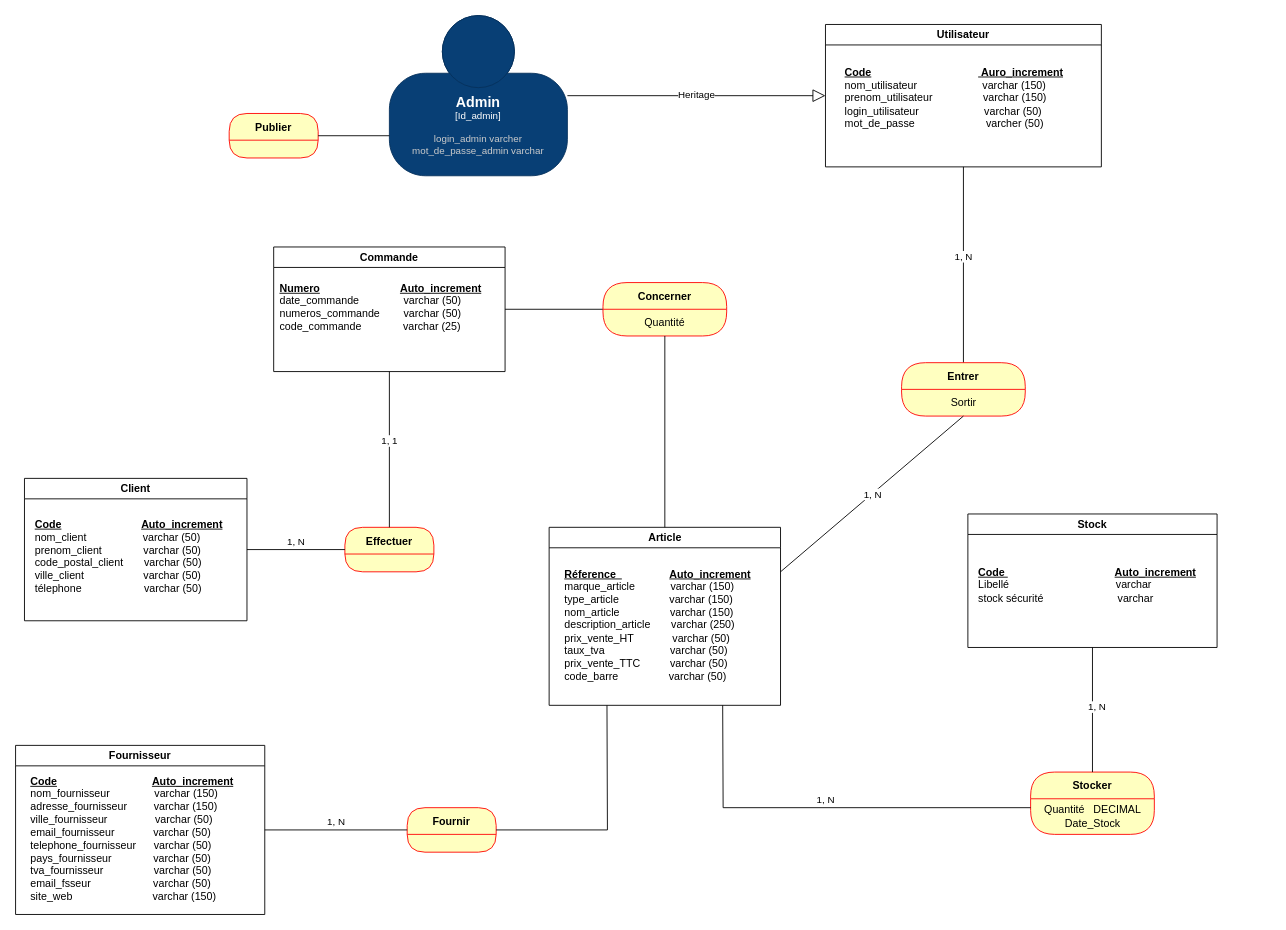
Above: page "MPD" (3 of 3) of G.Stock.drawio in rachellusamba/CO-G.Stock (draw.io), before the change. Source tidied: cells renumbered, new cells numbered last; positions are measured from the earlier drawing's top-left corner, leaving out a move shared by most shapes. Both pictures are drawn from the tidied source at 89%, with x=0, y=0 at pixel (15, 15).
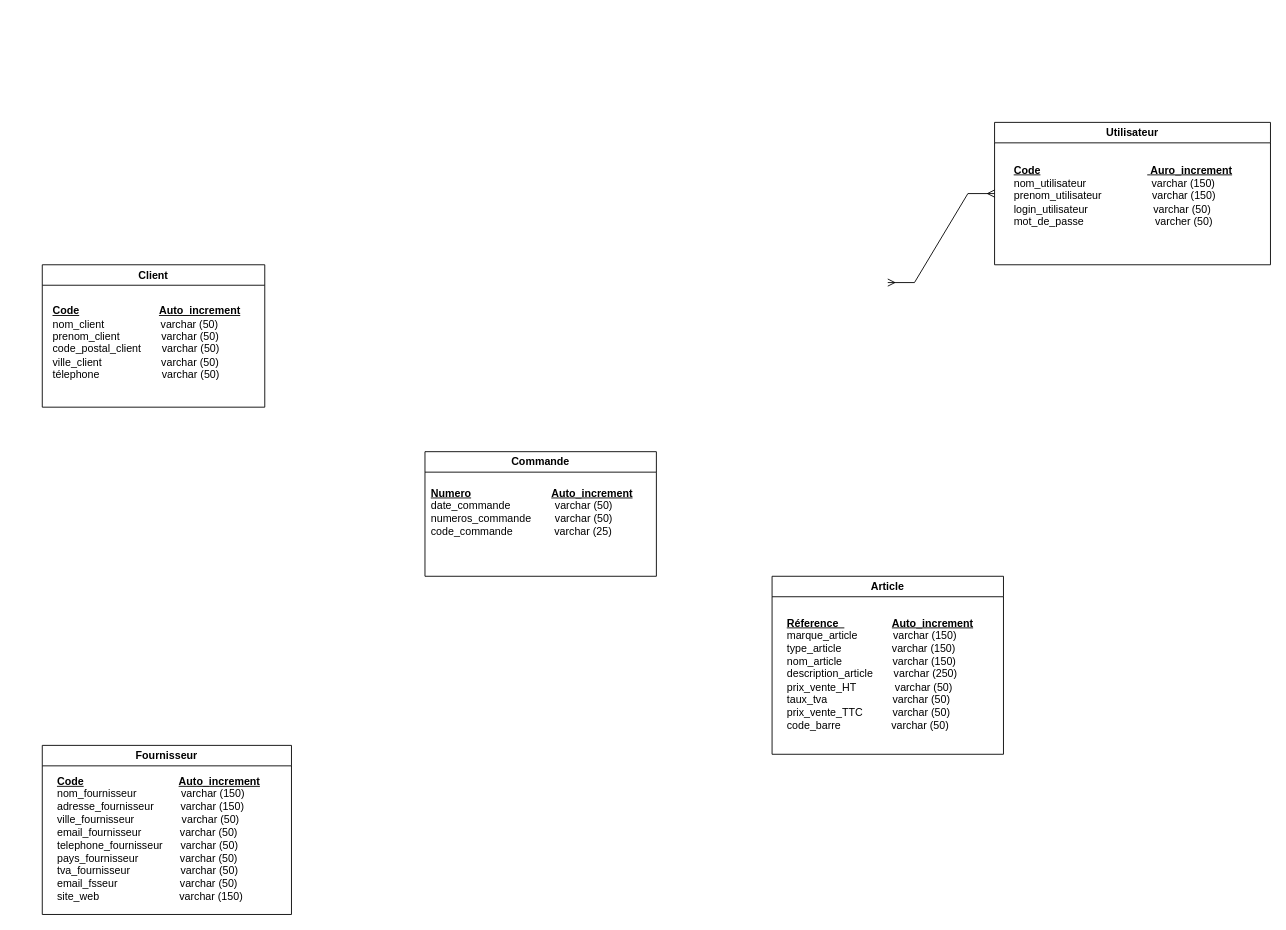
The same diagram, later.

Diff of the diagram source:
```diff
@@
     <mxCell id="2" value="Utilisateur" style="swimlane;whiteSpace=wrap;html=1;" parent="1" vertex="1">
-      <mxGeometry x="910" y="10" width="310" height="160" as="geometry" />
+      <mxGeometry x="1100" y="120" width="310" height="160" as="geometry" />
     </mxCell>
@@
-    <object id="4" label="&lt;font style=&quot;font-size: 16px&quot;&gt;&lt;b&gt;%c4Name%&lt;/b&gt;&lt;/font&gt;&lt;div&gt;[%c4Type%]&lt;/div&gt;&lt;br&gt;&lt;div&gt;&lt;font style=&quot;font-size: 11px&quot;&gt;&lt;font color=&quot;#cccccc&quot;&gt;%c4Description%&lt;/font&gt;&lt;/div&gt;" c4Description="login_admin          varcher&#10;mot_de_passe_admin   varchar" c4Name="Admin" c4Type="Id_admin" placeholders="1">
-      <mxCell style="html=1;fontSize=11;dashed=0;whiteSpace=wrap;fillColor=#083F75;strokeColor=#06315C;fontColor=#ffffff;shape=mxgraph.c4.person2;align=center;points=[[0.5,0,0],[1,0.5,0],[1,0.75,0],[0.75,1,0],[0.5,1,0],[0.25,1,0],[0,0.75,0],[0,0.5,0]];" parent="1" vertex="1">
-        <mxGeometry x="420" width="200" height="180" as="geometry" />
-      </mxCell>
-    </object>
     <mxCell id="5" value="Commande" style="swimlane;whiteSpace=wrap;html=1;" parent="1" vertex="1">
-      <mxGeometry x="290" y="260" width="260" height="140" as="geometry" />
+      <mxGeometry x="460" y="490" width="260" height="140" as="geometry" />
     </mxCell>
@@
     <mxCell id="7" value="Fournisseur" style="swimlane;whiteSpace=wrap;html=1;" parent="1" vertex="1">
-      <mxGeometry y="820" width="280" height="190" as="geometry" />
+      <mxGeometry x="30" y="820" width="280" height="190" as="geometry" />
     </mxCell>
@@
     <mxCell id="9" value="Client" style="swimlane;whiteSpace=wrap;html=1;" parent="1" vertex="1">
-      <mxGeometry x="10" y="520" width="250" height="160" as="geometry" />
+      <mxGeometry x="30" y="280" width="250" height="160" as="geometry" />
     </mxCell>
@@
-    <mxCell id="11" value="Publier" style="swimlane;fontStyle=1;align=center;verticalAlign=middle;horizontal=1;startSize=30;fontColor=#000000;rounded=1;arcSize=30;strokeColor=#ff0000;fillColor=#ffffc0;swimlaneFillColor=#ffffc0;" parent="1" vertex="1">
-      <mxGeometry x="240" y="110" width="100" height="50" as="geometry" />
-    </mxCell>
-    <mxCell id="12" style="edgeStyle=none;html=1;endArrow=none;verticalAlign=bottom;rounded=0;entryX=0;entryY=0.75;entryDx=0;entryDy=0;entryPerimeter=0;exitX=1;exitY=0.5;exitDx=0;exitDy=0;" parent="1" edge="1" source="11" target="4">
-      <mxGeometry relative="1" as="geometry" />
-    </mxCell>
-    <mxCell id="13" value="1, N" style="edgeStyle=none;html=1;endArrow=none;verticalAlign=bottom;rounded=0;entryX=0.5;entryY=1;entryDx=0;entryDy=0;exitX=0.5;exitY=0;exitDx=0;exitDy=0;" parent="1" edge="1" source="16" target="2">
-      <mxGeometry relative="1" as="geometry" />
-    </mxCell>
-    <mxCell id="14" value="Effectuer" style="swimlane;fontStyle=1;align=center;verticalAlign=middle;horizontal=1;startSize=30;fontColor=#000000;rounded=1;arcSize=30;strokeColor=#ff0000;fillColor=#ffffc0;swimlaneFillColor=#ffffc0;" parent="1" vertex="1">
-      <mxGeometry x="370" y="575" width="100" height="50" as="geometry" />
-    </mxCell>
-    <mxCell id="15" value="Fournir" style="swimlane;fontStyle=1;align=center;verticalAlign=middle;horizontal=1;startSize=30;fontColor=#000000;rounded=1;arcSize=30;strokeColor=#ff0000;fillColor=#ffffc0;swimlaneFillColor=#ffffc0;" parent="1" vertex="1">
-      <mxGeometry x="440" y="890" width="100" height="50" as="geometry" />
-    </mxCell>
-    <mxCell id="16" value="Entrer" style="swimlane;fontStyle=1;align=center;verticalAlign=middle;horizontal=1;startSize=30;fontColor=#000000;rounded=1;arcSize=30;strokeColor=#ff0000;fillColor=#ffffc0;swimlaneFillColor=#ffffc0;" parent="1" vertex="1">
-      <mxGeometry x="995.5" y="390" width="139" height="60" as="geometry" />
-    </mxCell>
-    <mxCell id="17" value="Sortir" style="text;html=1;strokeColor=none;fillColor=none;align=center;verticalAlign=middle;spacingLeft=4;spacingRight=4;whiteSpace=wrap;overflow=hidden;fontColor=#000000;" parent="16" vertex="1">
-      <mxGeometry y="30" width="139" height="30" as="geometry" />
-    </mxCell>
-    <mxCell id="18" value="Stock" style="swimlane;whiteSpace=wrap;html=1;" parent="1" vertex="1">
-      <mxGeometry x="1070" y="560" width="280" height="150" as="geometry" />
-    </mxCell>
-    <mxCell id="19" value="&lt;div align=&quot;left&quot;&gt;&lt;b&gt;&lt;u&gt;Code &lt;/u&gt;&lt;/b&gt;&amp;nbsp;&amp;nbsp;&amp;nbsp;&amp;nbsp;&amp;nbsp;&amp;nbsp;&amp;nbsp;&amp;nbsp;&amp;nbsp; &amp;nbsp; &amp;nbsp; &amp;nbsp; &amp;nbsp; &amp;nbsp;&amp;nbsp;&amp;nbsp;&amp;nbsp;&amp;nbsp;&amp;nbsp;&amp;nbsp;&amp;nbsp;&amp;nbsp;&amp;nbsp;&amp;nbsp;&amp;nbsp;&amp;nbsp;&amp;nbsp;&amp;nbsp;&amp;nbsp;&amp;nbsp; &lt;b&gt;&lt;u&gt;Auto_increment&lt;/u&gt;&lt;/b&gt;&lt;br&gt;Libellé &amp;nbsp; &amp;nbsp; &amp;nbsp; &amp;nbsp;&amp;nbsp; &amp;nbsp;&amp;nbsp;&amp;nbsp;&amp;nbsp;&amp;nbsp;&amp;nbsp;&amp;nbsp;&amp;nbsp;&amp;nbsp;&amp;nbsp;&amp;nbsp;&amp;nbsp;&amp;nbsp; &amp;nbsp; &amp;nbsp; &amp;nbsp; &amp;nbsp; &amp;nbsp; &amp;nbsp; varchar&lt;br&gt;stock sécurité &amp;nbsp;&amp;nbsp; &amp;nbsp;&amp;nbsp;&amp;nbsp;&amp;nbsp;&amp;nbsp;&amp;nbsp;&amp;nbsp;&amp;nbsp;&amp;nbsp;&amp;nbsp;&amp;nbsp;&amp;nbsp;&amp;nbsp;&amp;nbsp;&amp;nbsp;&amp;nbsp;&amp;nbsp;&amp;nbsp; &amp;nbsp; varchar&lt;/div&gt;" style="text;html=1;align=left;verticalAlign=middle;strokeColor=none;fillColor=none;" parent="18" vertex="1">
-      <mxGeometry x="10" y="50" width="270" height="60" as="geometry" />
-    </mxCell>
     <mxCell id="20" value="Article" style="swimlane;whiteSpace=wrap;html=1;" parent="1" vertex="1">
-      <mxGeometry x="599.5" y="575" width="260" height="200" as="geometry" />
+      <mxGeometry x="850" y="630" width="260" height="200" as="geometry" />
     </mxCell>
@@
-    <mxCell id="22" style="edgeStyle=none;html=1;endArrow=block;endFill=0;endSize=12;verticalAlign=bottom;rounded=0;exitX=1;exitY=0.5;exitDx=0;exitDy=0;exitPerimeter=0;entryX=0;entryY=0.5;entryDx=0;entryDy=0;" parent="1" edge="1" source="4" target="2">
-      <mxGeometry relative="1" as="geometry" />
-    </mxCell>
-    <mxCell id="23" value="Heritage" style="edgeLabel;html=1;align=center;verticalAlign=middle;" parent="22" vertex="1">
-      <mxGeometry x="-0.01" y="2" relative="1" as="geometry" />
-    </mxCell>
-    <mxCell id="24" value="Stocker" style="swimlane;fontStyle=1;align=center;verticalAlign=middle;horizontal=1;startSize=30;fontColor=#000000;rounded=1;arcSize=30;strokeColor=#ff0000;fillColor=#ffffc0;swimlaneFillColor=#ffffc0;" parent="1" vertex="1">
-      <mxGeometry x="1140.5" y="850" width="139" height="70" as="geometry" />
-    </mxCell>
-    <mxCell id="25" value="Quantité&amp;nbsp;&amp;nbsp; DECIMAL&lt;br&gt;Date_Stock" style="text;html=1;strokeColor=none;fillColor=none;align=center;verticalAlign=middle;spacingLeft=4;spacingRight=4;whiteSpace=wrap;overflow=hidden;fontColor=#000000;" parent="24" vertex="1">
-      <mxGeometry y="30" width="139" height="40" as="geometry" />
-    </mxCell>
-    <mxCell id="26" style="edgeStyle=none;html=1;endArrow=none;verticalAlign=bottom;rounded=0;entryX=0.5;entryY=0;entryDx=0;entryDy=0;exitX=0.5;exitY=1;exitDx=0;exitDy=0;" parent="1" edge="1" source="18" target="24">
-      <mxGeometry relative="1" as="geometry" />
-    </mxCell>
-    <mxCell id="27" value="1, N" style="edgeLabel;html=1;align=center;verticalAlign=middle;" parent="26" vertex="1">
-      <mxGeometry x="-0.06" y="4" relative="1" as="geometry" />
-    </mxCell>
-    <mxCell id="28" value="1, N" style="edgeStyle=none;html=1;endArrow=none;verticalAlign=bottom;rounded=0;entryX=0;entryY=0.25;entryDx=0;entryDy=0;exitX=0.75;exitY=1;exitDx=0;exitDy=0;" parent="1" edge="1" source="20" target="25">
-      <mxGeometry relative="1" as="geometry">
-        <Array as="points">
-          <mxPoint x="795" y="890" />
-        </Array>
-      </mxGeometry>
-    </mxCell>
-    <mxCell id="29" value="1, 1" style="edgeStyle=none;html=1;endArrow=none;verticalAlign=bottom;rounded=0;entryX=0.5;entryY=1;entryDx=0;entryDy=0;exitX=0.5;exitY=0;exitDx=0;exitDy=0;" parent="1" edge="1" source="14" target="5">
-      <mxGeometry relative="1" as="geometry" />
-    </mxCell>
-    <mxCell id="30" style="edgeStyle=none;html=1;endArrow=none;verticalAlign=bottom;rounded=0;exitX=1;exitY=0.5;exitDx=0;exitDy=0;entryX=0;entryY=0;entryDx=0;entryDy=0;" parent="1" edge="1" source="5" target="32">
-      <mxGeometry relative="1" as="geometry" />
-    </mxCell>
-    <mxCell id="31" value="Concerner" style="swimlane;fontStyle=1;align=center;verticalAlign=middle;horizontal=1;startSize=30;fontColor=#000000;rounded=1;arcSize=30;strokeColor=#ff0000;fillColor=#ffffc0;swimlaneFillColor=#ffffc0;" parent="1" vertex="1">
-      <mxGeometry x="660" y="300" width="139" height="60" as="geometry" />
-    </mxCell>
-    <mxCell id="32" value="Quantité" style="text;html=1;strokeColor=none;fillColor=none;align=center;verticalAlign=middle;spacingLeft=4;spacingRight=4;whiteSpace=wrap;overflow=hidden;fontColor=#000000;" parent="31" vertex="1">
-      <mxGeometry y="30" width="139" height="30" as="geometry" />
-    </mxCell>
-    <mxCell id="33" value="1, N" style="edgeStyle=none;html=1;endArrow=none;verticalAlign=bottom;rounded=0;entryX=0;entryY=0.5;entryDx=0;entryDy=0;exitX=1;exitY=0.5;exitDx=0;exitDy=0;" parent="1" edge="1" source="9" target="14">
-      <mxGeometry relative="1" as="geometry" />
-    </mxCell>
-    <mxCell id="34" style="edgeStyle=none;html=1;endArrow=none;verticalAlign=bottom;rounded=0;entryX=0.5;entryY=0;entryDx=0;entryDy=0;exitX=0.5;exitY=1;exitDx=0;exitDy=0;" parent="1" edge="1" source="32" target="20">
-      <mxGeometry relative="1" as="geometry" />
-    </mxCell>
-    <mxCell id="35" value="1, N" style="edgeStyle=none;html=1;endArrow=none;verticalAlign=bottom;rounded=0;exitX=1;exitY=0.5;exitDx=0;exitDy=0;entryX=0;entryY=0.5;entryDx=0;entryDy=0;" parent="1" edge="1" source="7" target="15">
-      <mxGeometry relative="1" as="geometry" />
-    </mxCell>
-    <mxCell id="36" style="edgeStyle=none;html=1;endArrow=none;verticalAlign=bottom;rounded=0;exitX=1;exitY=0.5;exitDx=0;exitDy=0;entryX=0.25;entryY=1;entryDx=0;entryDy=0;" parent="1" edge="1" source="15" target="20">
-      <mxGeometry relative="1" as="geometry">
-        <Array as="points">
-          <mxPoint x="665" y="915" />
-        </Array>
-      </mxGeometry>
-    </mxCell>
-    <mxCell id="37" style="edgeStyle=none;html=1;endArrow=none;verticalAlign=bottom;rounded=0;exitX=1;exitY=0.25;exitDx=0;exitDy=0;entryX=0.5;entryY=1;entryDx=0;entryDy=0;" parent="1" edge="1" source="20" target="17">
-      <mxGeometry relative="1" as="geometry" />
-    </mxCell>
-    <mxCell id="38" value="1, N" style="edgeLabel;html=1;align=center;verticalAlign=middle;" parent="37" vertex="1">
-      <mxGeometry relative="1" as="geometry" />
-    </mxCell>
+    <mxCell id="39" style="edgeStyle=entityRelationEdgeStyle;fontSize=12;html=1;endArrow=ERmany;startArrow=ERmany;rounded=0;entryX=0;entryY=0.5;entryDx=0;entryDy=0;" parent="1" edge="1" target="2">
+      <mxGeometry relative="1" as="geometry">
+        <mxPoint x="980" y="300" as="sourcePoint" />
+      </mxGeometry>
+    </mxCell>
```
